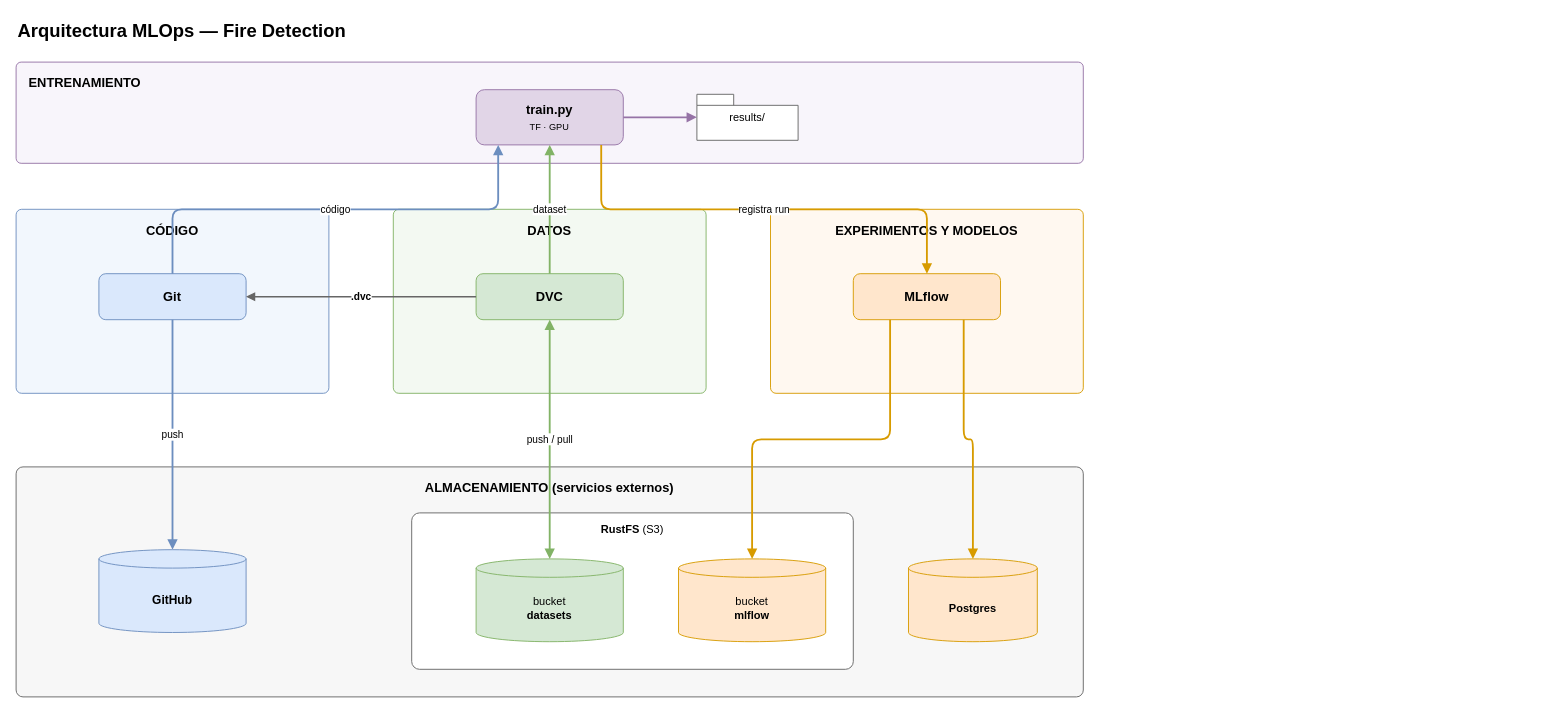
The draw.io diagram docs/mlops_architecture.drawio in jcampom01/fire-detection, before the edit. Source tidied: cells renumbered, new cells numbered last; positions are measured from the earlier drawing's top-left corner, leaving out a move shared by most shapes. Both pictures are drawn from the tidied source at 92%, with x=0, y=0 at pixel (16, 16).
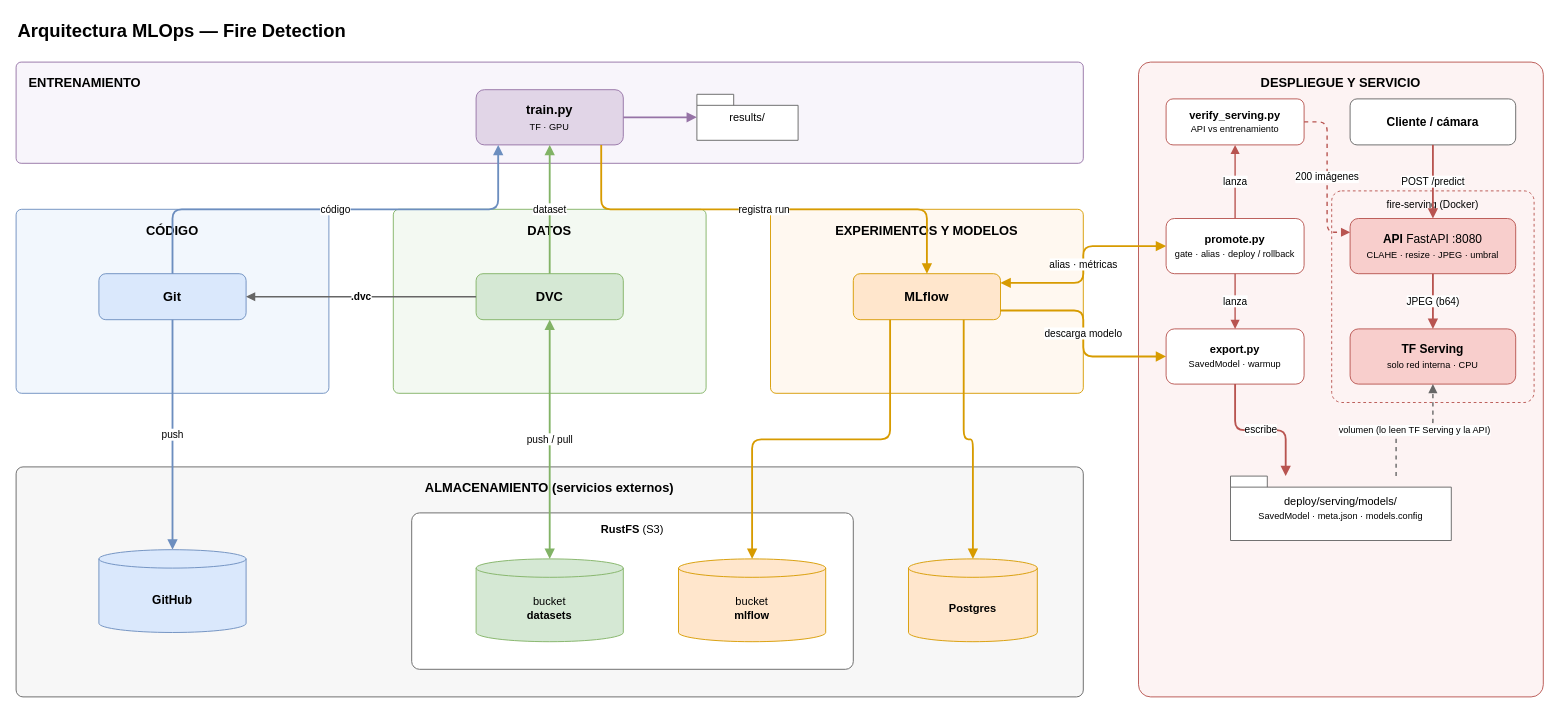
After the change.

Commit message (it also covers changes not shown here):
feat: enhance deployment and serving process with verification

Unchanged cells that the change refers to:
```xml
<mxCell id="11" value="&lt;b&gt;MLflow&lt;/b&gt;" style="rounded=1;whiteSpace=wrap;html=1;fillColor=#ffe6cc;strokeColor=#d79b00;fontSize=14;" parent="1" vertex="1">
  <mxGeometry x="910" y="280" width="160" height="50" as="geometry" />
</mxCell>
```

What changed in the source:
```diff
@@
+    <mxCell id="27" value="DESPLIEGUE Y SERVICIO" style="rounded=1;arcSize=3;whiteSpace=wrap;html=1;fillColor=#fdf3f3;strokeColor=#b85450;verticalAlign=top;fontStyle=1;fontSize=14;spacingTop=8;" parent="1" vertex="1">
+      <mxGeometry x="1220" y="50" width="440" height="690" as="geometry" />
+    </mxCell>
+    <mxCell id="28" value="fire-serving (Docker)" style="rounded=1;arcSize=5;whiteSpace=wrap;html=1;fillColor=none;strokeColor=#b85450;dashed=1;verticalAlign=top;align=center;fontSize=11;spacingTop=2;" parent="1" vertex="1">
+      <mxGeometry x="1430" y="190" width="220" height="230" as="geometry" />
+    </mxCell>
+    <mxCell id="29" value="&lt;b&gt;Cliente / cámara&lt;/b&gt;" style="rounded=1;whiteSpace=wrap;html=1;fillColor=#ffffff;strokeColor=#666666;fontSize=13;" parent="1" vertex="1">
+      <mxGeometry x="1450" y="90" width="180" height="50" as="geometry" />
+    </mxCell>
+    <mxCell id="30" value="&lt;b&gt;API&lt;/b&gt; FastAPI :8080&lt;br&gt;&lt;font style=&quot;font-size:10px&quot;&gt;CLAHE · resize · JPEG · umbral&lt;/font&gt;" style="rounded=1;whiteSpace=wrap;html=1;fillColor=#f8cecc;strokeColor=#b85450;fontSize=13;" parent="1" vertex="1">
+      <mxGeometry x="1450" y="220" width="180" height="60" as="geometry" />
+    </mxCell>
+    <mxCell id="31" value="&lt;b&gt;TF Serving&lt;/b&gt;&lt;br&gt;&lt;font style=&quot;font-size:10px&quot;&gt;solo red interna · CPU&lt;/font&gt;" style="rounded=1;whiteSpace=wrap;html=1;fillColor=#f8cecc;strokeColor=#b85450;fontSize=13;" parent="1" vertex="1">
+      <mxGeometry x="1450" y="340" width="180" height="60" as="geometry" />
+    </mxCell>
+    <mxCell id="32" value="&lt;b&gt;verify_serving.py&lt;/b&gt;&lt;br&gt;&lt;font style=&quot;font-size:10px&quot;&gt;API vs entrenamiento&lt;/font&gt;" style="rounded=1;whiteSpace=wrap;html=1;fillColor=#ffffff;strokeColor=#b85450;fontSize=12;" parent="1" vertex="1">
+      <mxGeometry x="1250" y="90" width="150" height="50" as="geometry" />
+    </mxCell>
+    <mxCell id="33" value="&lt;b&gt;promote.py&lt;/b&gt;&lt;br&gt;&lt;font style=&quot;font-size:10px&quot;&gt;gate · alias · deploy / rollback&lt;/font&gt;" style="rounded=1;whiteSpace=wrap;html=1;fillColor=#ffffff;strokeColor=#b85450;fontSize=12;" parent="1" vertex="1">
+      <mxGeometry x="1250" y="220" width="150" height="60" as="geometry" />
+    </mxCell>
+    <mxCell id="34" value="&lt;b&gt;export.py&lt;/b&gt;&lt;br&gt;&lt;font style=&quot;font-size:10px&quot;&gt;SavedModel · warmup&lt;/font&gt;" style="rounded=1;whiteSpace=wrap;html=1;fillColor=#ffffff;strokeColor=#b85450;fontSize=12;" parent="1" vertex="1">
+      <mxGeometry x="1250" y="340" width="150" height="60" as="geometry" />
+    </mxCell>
+    <mxCell id="35" value="deploy/serving/models/&lt;br&gt;&lt;font style=&quot;font-size:10px&quot;&gt;SavedModel · meta.json · models.config&lt;/font&gt;" style="shape=folder;tabWidth=40;tabHeight=12;tabPosition=left;whiteSpace=wrap;html=1;fillColor=#ffffff;strokeColor=#666666;fontSize=12;" parent="1" vertex="1">
+      <mxGeometry x="1320" y="500" width="240" height="70" as="geometry" />
+    </mxCell>
+    <mxCell id="36" value="alias · métricas" style="edgeStyle=orthogonalEdgeStyle;rounded=1;html=1;startArrow=block;startFill=1;endArrow=block;endFill=1;strokeColor=#d79b00;strokeWidth=2;fontSize=11;labelBackgroundColor=#ffffff;exitX=1;exitY=0.2;entryX=0;entryY=0.5;" parent="1" edge="1" source="11" target="33">
+      <mxGeometry relative="1" as="geometry" />
+    </mxCell>
+    <mxCell id="37" value="descarga modelo" style="edgeStyle=orthogonalEdgeStyle;rounded=1;html=1;endArrow=block;endFill=1;strokeColor=#d79b00;strokeWidth=2;fontSize=11;labelBackgroundColor=#ffffff;exitX=1;exitY=0.8;entryX=0;entryY=0.5;" parent="1" edge="1" source="11" target="34">
+      <mxGeometry relative="1" as="geometry" />
+    </mxCell>
+    <mxCell id="38" value="lanza" style="edgeStyle=orthogonalEdgeStyle;rounded=1;html=1;endArrow=block;endFill=1;strokeColor=#b85450;strokeWidth=1.5;fontSize=11;labelBackgroundColor=#ffffff;" parent="1" edge="1" source="33" target="34">
+      <mxGeometry relative="1" as="geometry" />
+    </mxCell>
+    <mxCell id="39" value="lanza" style="edgeStyle=orthogonalEdgeStyle;rounded=1;html=1;endArrow=block;endFill=1;strokeColor=#b85450;strokeWidth=1.5;fontSize=11;labelBackgroundColor=#ffffff;" parent="1" edge="1" source="33" target="32">
+      <mxGeometry relative="1" as="geometry" />
+    </mxCell>
+    <mxCell id="40" value="escribe" style="edgeStyle=orthogonalEdgeStyle;rounded=1;html=1;endArrow=block;endFill=1;strokeColor=#b85450;strokeWidth=2;fontSize=11;labelBackgroundColor=#ffffff;exitX=0.5;exitY=1;entryX=0.25;entryY=0;" parent="1" edge="1" source="34" target="35">
+      <mxGeometry relative="1" as="geometry" />
+    </mxCell>
+    <mxCell id="41" value="POST /predict" style="edgeStyle=orthogonalEdgeStyle;rounded=1;html=1;endArrow=block;endFill=1;strokeColor=#b85450;strokeWidth=2;fontSize=11;labelBackgroundColor=#ffffff;" parent="1" edge="1" source="29" target="30">
+      <mxGeometry relative="1" as="geometry" />
+    </mxCell>
+    <mxCell id="42" value="JPEG (b64)" style="edgeStyle=orthogonalEdgeStyle;rounded=1;html=1;endArrow=block;endFill=1;strokeColor=#b85450;strokeWidth=2;fontSize=11;labelBackgroundColor=#ffffff;" parent="1" edge="1" source="30" target="31">
+      <mxGeometry relative="1" as="geometry" />
+    </mxCell>
+    <mxCell id="43" value="200 imágenes" style="edgeStyle=orthogonalEdgeStyle;rounded=1;html=1;endArrow=block;endFill=1;strokeColor=#b85450;strokeWidth=1.5;dashed=1;fontSize=11;labelBackgroundColor=#ffffff;exitX=1;exitY=0.5;entryX=0;entryY=0.25;" parent="1" edge="1" source="32" target="30">
+      <mxGeometry relative="1" as="geometry" />
+    </mxCell>
+    <mxCell id="44" value="volumen (lo leen TF Serving y la API)" style="edgeStyle=orthogonalEdgeStyle;rounded=1;html=1;endArrow=block;endFill=1;strokeColor=#666666;strokeWidth=1.5;dashed=1;fontSize=10;labelBackgroundColor=#ffffff;exitX=0.75;exitY=0;entryX=0.5;entryY=1;" parent="1" edge="1" source="35" target="31">
+      <mxGeometry relative="1" as="geometry" />
+    </mxCell>
```
